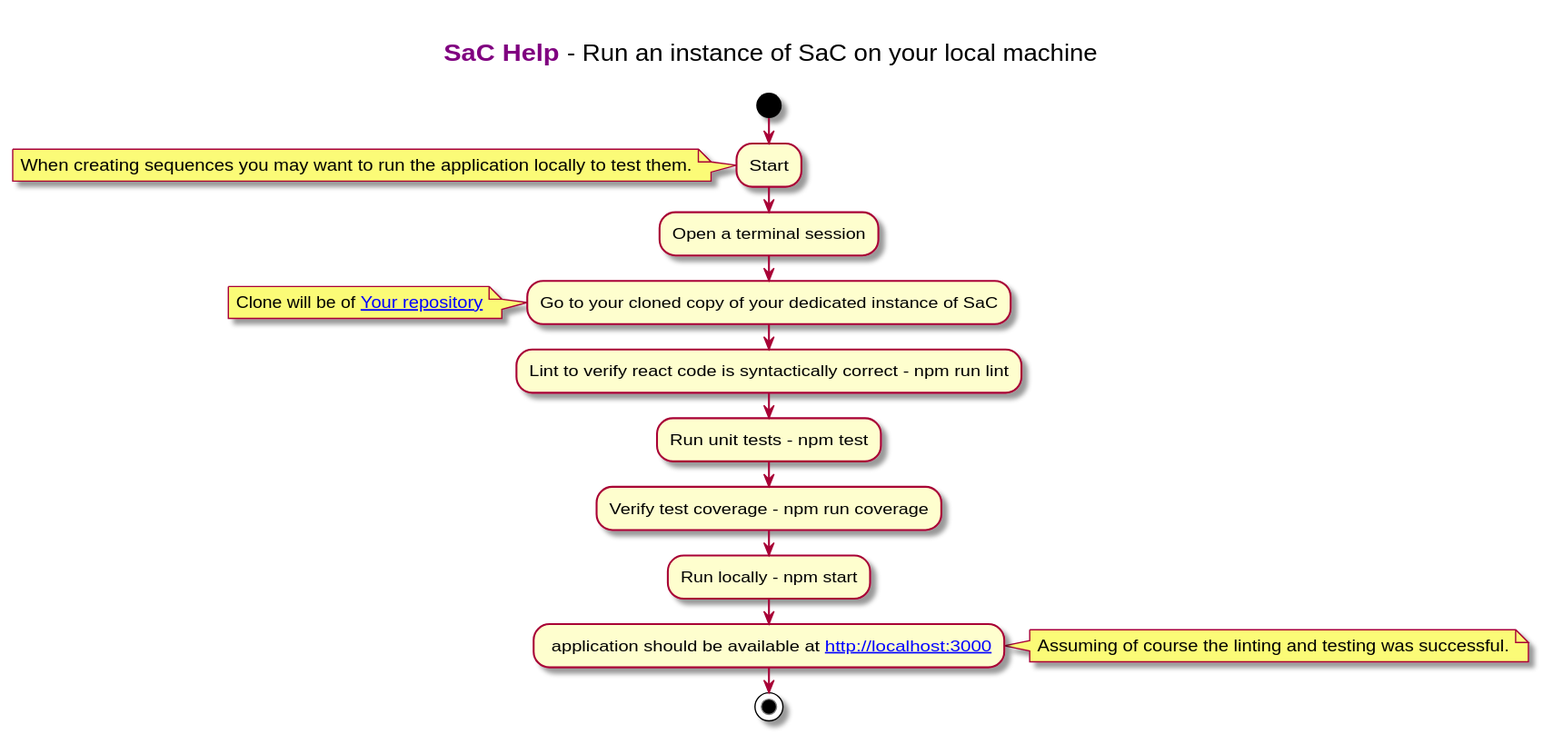
Before: src/sequences/sachelp/images/runlocally.svg, a diagram exported from PlantUML (dxc-technology/Sequences-as-Code).
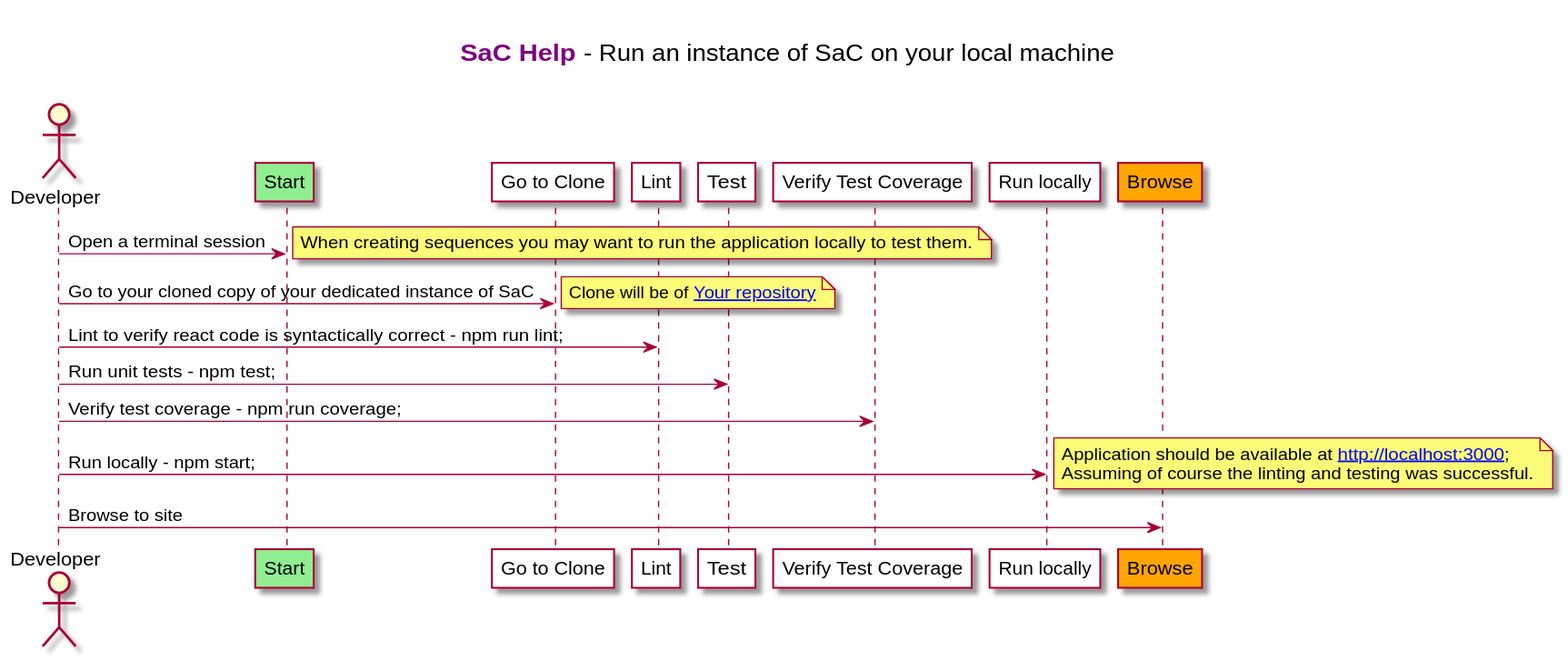
The same diagram one commit later.

What changed in the source:
```diff
@@ -6,23 +6,31 @@
 
 end title
 
-start
-:Start;
-note left
+actor Developer
+participant "Start" as A #lightGreen
+participant "Go to Clone" as B #white
+participant "Lint" as C #white
+participant "Test" as D #white
+participant "Verify Test Coverage" as E #white
+participant "Run locally" as F #white
+participant "Browse" as G #orange
+
+Developer -> A: Open a terminal session
+note right
   When creating sequences you may want to run the application locally to test them.
 end note
-:Open a terminal session;
-:Go to your cloned copy of your dedicated instance of SaC;
-note left
- Clone will be of [[https://github.com/your_organization/your_repository{Right click to open in a new window or a new tab} Your repository]]
+Developer -> B: Go to your cloned copy of your dedicated instance of SaC
+note right
+   Clone will be of [[https://github.com/your_organization/your_repository{Right click to open in a new window or a new tab} Your repository]]
 end note
-:Lint to verify react code is syntactically correct - npm run lint;
-:Run unit tests - npm test;
-:Verify test coverage - npm run coverage;
-:Run locally - npm start;
-: application should be available at [[http://localhost:3000{Right click to open the Local Instance in a new window or a new tab} http://localhost:3000]];
+Developer -> C: Lint to verify react code is syntactically correct - npm run lint;
+Developer -> D: Run unit tests - npm test;
+Developer -> E: Verify test coverage - npm run coverage;
+Developer -> F: Run locally - npm start;
 note right
+  Application should be available at [[http://localhost:3000{Right click to open the Local Instance in a new window or a new tab} http://localhost:3000]];
   Assuming of course the linting and testing was successful.
 end note
-stop
+Developer -> G: Browse to site
+
 @enduml
```
